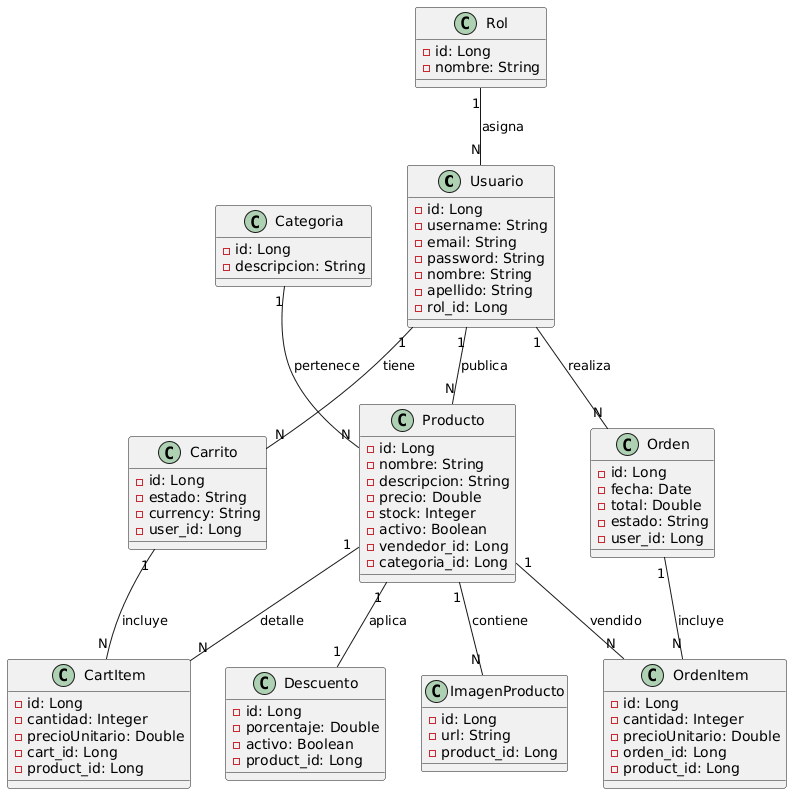
Earlier version of the PlantUML export doc/UML.png (manulopezscala/tpo-apis-grupo4).
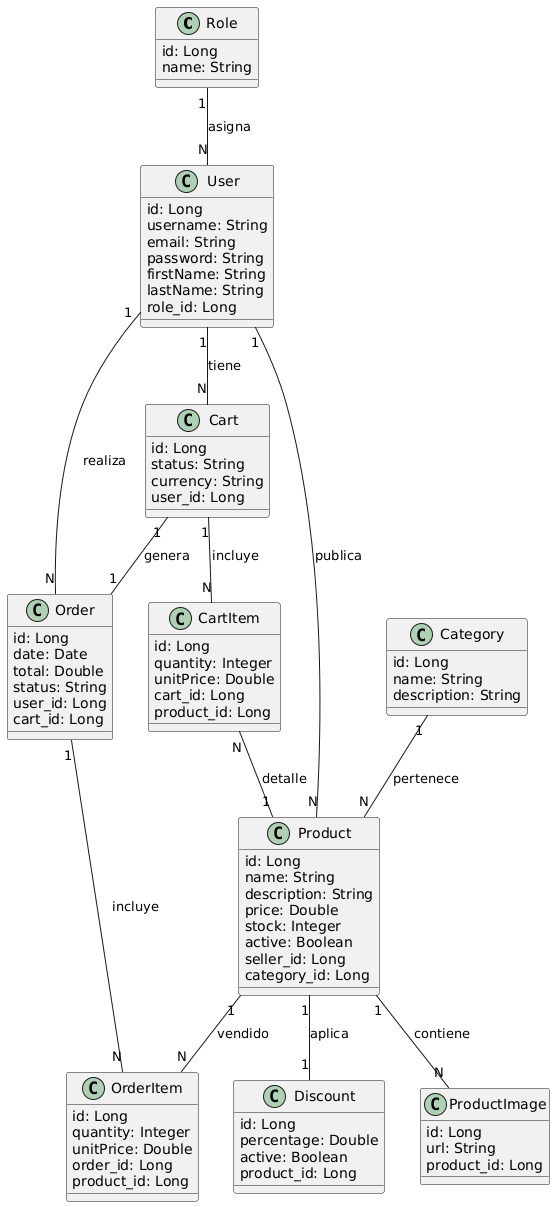
After the change.

Commit message:
feat: update UML & DER

The edit, as a diff of the source:
```diff
@@ -1,93 +1,99 @@
 @startuml
-class Usuario {
-    - id: Long
-    - username: String
-    - email: String
-    - password: String
-    - nombre: String
-    - apellido: String
-    - rol_id: Long
+
+class Role {
+  id: Long
+  name: String
 }
 
-class Rol {
-    - id: Long
-    - nombre: String
+class User {
+  id: Long
+  username: String
+  email: String
+  password: String
+  firstName: String
+  lastName: String
+  role_id: Long
 }
 
-class Producto {
-    - id: Long
-    - nombre: String
-    - descripcion: String
-    - precio: Double
-    - stock: Integer
-    - activo: Boolean
-    - vendedor_id: Long
-    - categoria_id: Long
+class Category {
+  id: Long
+  name: String
+  description: String
 }
 
-class Categoria {
-    - id: Long
-    - descripcion: String
+class Product {
+  id: Long
+  name: String
+  description: String
+  price: Double
+  stock: Integer
+  active: Boolean
+  seller_id: Long
+  category_id: Long
 }
 
-class Carrito {
-    - id: Long
-    - estado: String
-    - currency: String
-    - user_id: Long
+class Cart {
+  id: Long
+  status: String
+  currency: String
+  user_id: Long
 }
 
 class CartItem {
-    - id: Long
-    - cantidad: Integer
-    - precioUnitario: Double
-    - cart_id: Long
-    - product_id: Long
+  id: Long
+  quantity: Integer
+  unitPrice: Double
+  cart_id: Long
+  product_id: Long
 }
 
-class Orden {
-    - id: Long
-    - fecha: Date
-    - total: Double
-    - estado: String
-    - user_id: Long
+class Order {
+  id: Long
+  date: Date
+  total: Double
+  status: String
+  user_id: Long
+  cart_id: Long
 }
 
-class OrdenItem {
-    - id: Long
-    - cantidad: Integer
-    - precioUnitario: Double
-    - orden_id: Long
-    - product_id: Long
+class OrderItem {
+  id: Long
+  quantity: Integer
+  unitPrice: Double
+  order_id: Long
+  product_id: Long
 }
 
-class Descuento {
-    - id: Long
-    - porcentaje: Double
-    - activo: Boolean
-    - product_id: Long
+class Discount {
+  id: Long
+  percentage: Double
+  active: Boolean
+  product_id: Long
 }
 
-class ImagenProducto {
-    - id: Long
-    - url: String
-    - product_id: Long
+class ProductImage {
+  id: Long
+  url: String
+  product_id: Long
 }
 
-Rol "1" -- "N" Usuario : asigna
 
-Usuario "1" -- "N" Producto : publica
-Usuario "1" -- "N" Carrito : tiene
-Usuario "1" -- "N" Orden : realiza
+Role "1" -- "N" User : asigna
 
-Categoria "1" -- "N" Producto : pertenece
+User "1" -- "N" Product : publica
+User "1" -- "N" Order : realiza
+User "1" -- "N" Cart : tiene
 
-Carrito "1" -- "N" CartItem : incluye
-Producto "1" -- "N" CartItem : detalle
+Category "1" -- "N" Product : pertenece
 
-Orden "1" -- "N" OrdenItem : incluye
-Producto "1" -- "N" OrdenItem : vendido
+Cart "1" -- "N" CartItem : incluye
+CartItem "N" -- "1" Product : detalle
 
-Producto "1" -- "1" Descuento : aplica
-Producto "1" -- "N" ImagenProducto : contiene
+Product "1" -- "1" Discount : aplica
+Product "1" -- "N" ProductImage : contiene
+
+Product "1" -- "N" OrderItem : vendido
+Order "1" -- "N" OrderItem : incluye
+
+Cart "1" -- "1" Order : genera
 @enduml
```
